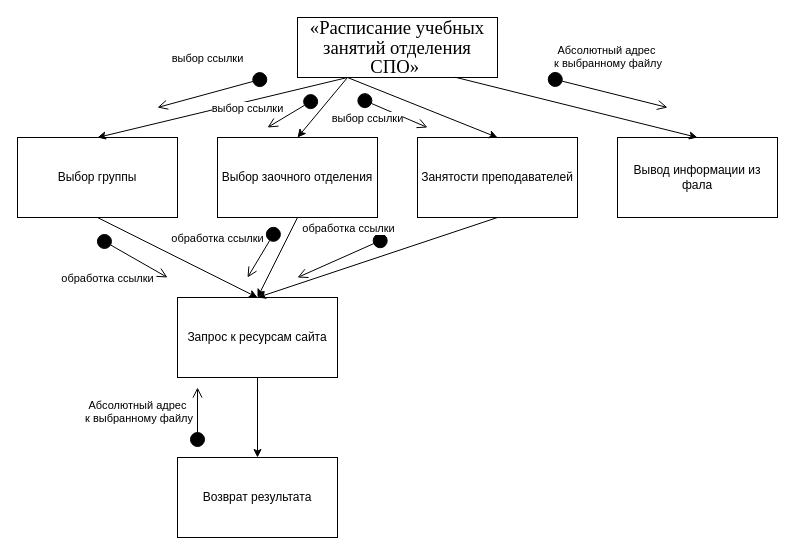
The draw.io diagram ДРТИ.drawio in Sayikoro/DBFRead, before the edit. Source tidied: cells renumbered, new cells numbered last; positions are measured from the earlier drawing's top-left corner, leaving out a move shared by most shapes. Both pictures are drawn from the tidied source at 100%, with x=0, y=0 at pixel (17, 17).
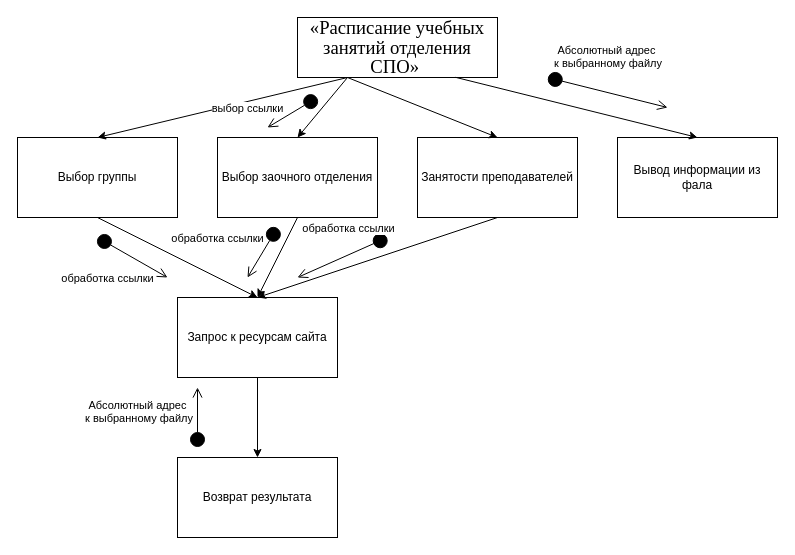
After the change.

Diff of the diagram source:
```diff
@@
-    <mxCell id="10" value="выбор ссылки" style="html=1;verticalAlign=bottom;startArrow=circle;startFill=1;endArrow=open;startSize=6;endSize=8;" parent="1" edge="1">
-      <mxGeometry x="-0.03" y="-25" relative="1" as="geometry">
-        <mxPoint x="250" y="60" as="sourcePoint" />
-        <mxPoint x="140" y="90" as="targetPoint" />
-      </mxGeometry>
-    </mxCell>
@@
-    <mxCell id="12" value="выбор ссылки" style="html=1;verticalAlign=bottom;startArrow=circle;startFill=1;endArrow=open;startSize=6;endSize=8;" parent="1" edge="1">
-      <mxGeometry x="-0.45" y="-24" relative="1" as="geometry">
-        <mxPoint x="340" y="80" as="sourcePoint" />
-        <mxPoint x="410" y="110" as="targetPoint" />
-      </mxGeometry>
-    </mxCell>
```
